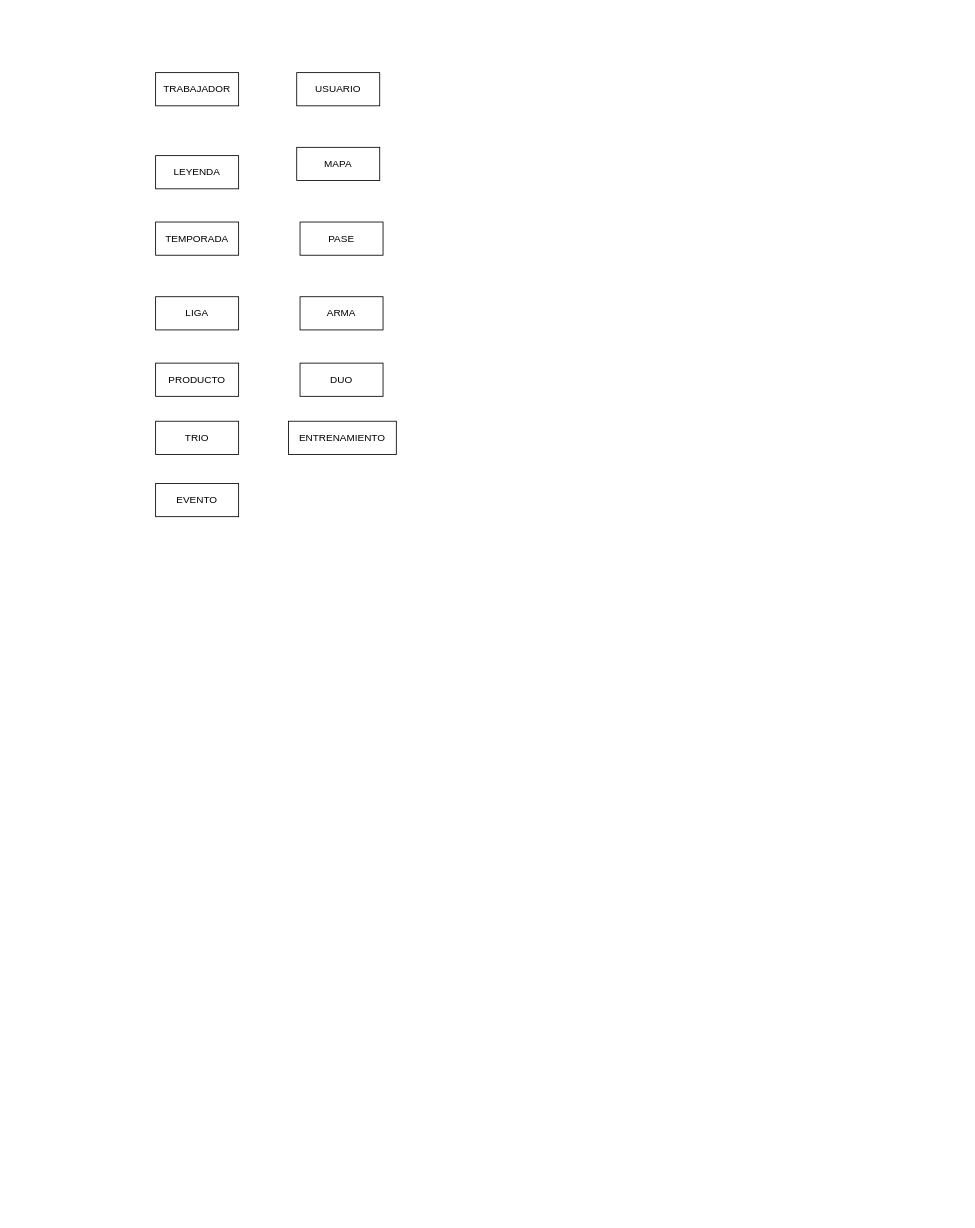
Before: modelo_entidad_relacion/modelo_entidad_relacion.drawio in raulgp97/base_de_datos_apex_leyends, a draw.io diagram. Source tidied: cells renumbered, new cells numbered last; positions are measured from the earlier drawing's top-left corner, leaving out a move shared by most shapes. Both pictures are drawn from the tidied source at 83%, with x=0, y=0 at pixel (155, 72).
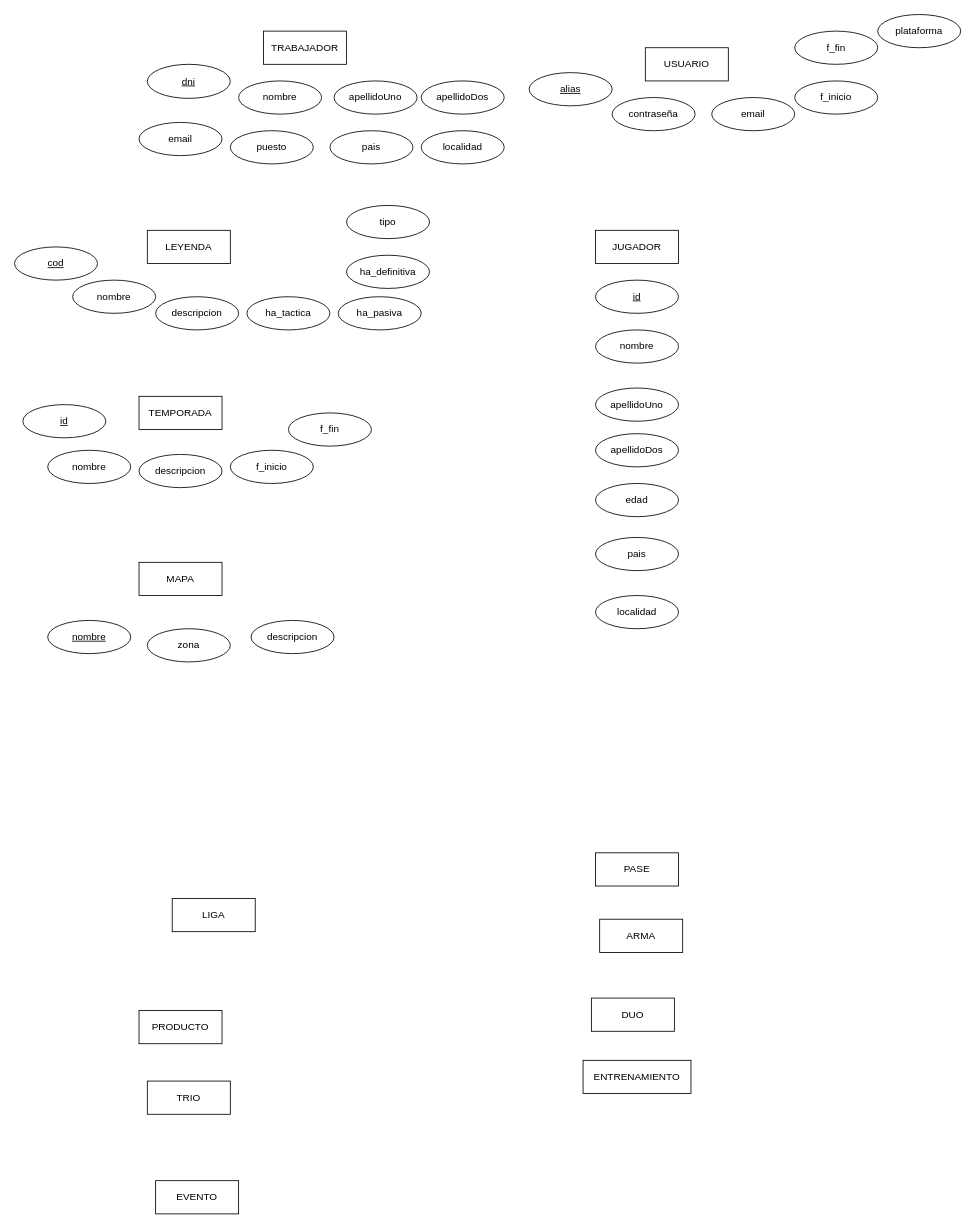
Above is the later version.

Commit message:
Atributos Entidades 1

He creado los atributos de las siguientes entidades: TRABAJADOR, USUARIO, LEYENDA, TEMPORADA y MAPA.

NOTA: He creado la entidad jugador junto a sus atributos.

The edit, as a diff of the source:
```diff
@@
     <mxCell id="2" value="USUARIO" style="whiteSpace=wrap;html=1;align=center;" parent="1" vertex="1">
-      <mxGeometry x="170" width="100" height="40" as="geometry" />
+      <mxGeometry x="590" y="-30" width="100" height="40" as="geometry" />
     </mxCell>
     <mxCell id="3" value="TRABAJADOR" style="whiteSpace=wrap;html=1;align=center;" parent="1" vertex="1">
-      <mxGeometry width="100" height="40" as="geometry" />
+      <mxGeometry x="130" y="-50" width="100" height="40" as="geometry" />
     </mxCell>
     <mxCell id="4" value="LEYENDA" style="whiteSpace=wrap;html=1;align=center;" parent="1" vertex="1">
-      <mxGeometry y="100" width="100" height="40" as="geometry" />
+      <mxGeometry x="-10" y="190" width="100" height="40" as="geometry" />
     </mxCell>
     <mxCell id="5" value="MAPA" style="whiteSpace=wrap;html=1;align=center;" parent="1" vertex="1">
-      <mxGeometry x="170" y="90" width="100" height="40" as="geometry" />
+      <mxGeometry x="-20" y="590" width="100" height="40" as="geometry" />
     </mxCell>
     <mxCell id="6" value="TEMPORADA" style="whiteSpace=wrap;html=1;align=center;" parent="1" vertex="1">
-      <mxGeometry y="180" width="100" height="40" as="geometry" />
+      <mxGeometry x="-20" y="390" width="100" height="40" as="geometry" />
     </mxCell>
     <mxCell id="7" value="PASE" style="whiteSpace=wrap;html=1;align=center;" parent="1" vertex="1">
-      <mxGeometry x="174" y="180" width="100" height="40" as="geometry" />
+      <mxGeometry x="530" y="940" width="100" height="40" as="geometry" />
     </mxCell>
     <mxCell id="8" value="LIGA" style="whiteSpace=wrap;html=1;align=center;" parent="1" vertex="1">
-      <mxGeometry y="270" width="100" height="40" as="geometry" />
+      <mxGeometry x="20" y="995" width="100" height="40" as="geometry" />
     </mxCell>
     <mxCell id="9" value="ARMA" style="whiteSpace=wrap;html=1;align=center;" parent="1" vertex="1">
-      <mxGeometry x="174" y="270" width="100" height="40" as="geometry" />
+      <mxGeometry x="535" y="1020" width="100" height="40" as="geometry" />
     </mxCell>
     <mxCell id="10" value="PRODUCTO" style="whiteSpace=wrap;html=1;align=center;" parent="1" vertex="1">
-      <mxGeometry y="350" width="100" height="40" as="geometry" />
+      <mxGeometry x="-20" y="1130" width="100" height="40" as="geometry" />
     </mxCell>
     <mxCell id="11" value="DUO" style="whiteSpace=wrap;html=1;align=center;" parent="1" vertex="1">
-      <mxGeometry x="174" y="350" width="100" height="40" as="geometry" />
+      <mxGeometry x="525" y="1115" width="100" height="40" as="geometry" />
     </mxCell>
     <mxCell id="12" value="TRIO" style="whiteSpace=wrap;html=1;align=center;" parent="1" vertex="1">
-      <mxGeometry y="420" width="100" height="40" as="geometry" />
+      <mxGeometry x="-10" y="1215" width="100" height="40" as="geometry" />
     </mxCell>
     <mxCell id="13" value="ENTRENAMIENTO" style="whiteSpace=wrap;html=1;align=center;" parent="1" vertex="1">
-      <mxGeometry x="160" y="420" width="130" height="40" as="geometry" />
+      <mxGeometry x="515" y="1190" width="130" height="40" as="geometry" />
     </mxCell>
     <mxCell id="14" value="EVENTO" style="whiteSpace=wrap;html=1;align=center;" parent="1" vertex="1">
-      <mxGeometry y="495" width="100" height="40" as="geometry" />
+      <mxGeometry y="1335" width="100" height="40" as="geometry" />
     </mxCell>
+    <mxCell id="15" value="apellidoUno" style="ellipse;whiteSpace=wrap;html=1;align=center;" parent="1" vertex="1">
+      <mxGeometry x="530" y="380" width="100" height="40" as="geometry" />
+    </mxCell>
+    <mxCell id="16" value="apellidoDos" style="ellipse;whiteSpace=wrap;html=1;align=center;" parent="1" vertex="1">
+      <mxGeometry x="530" y="435" width="100" height="40" as="geometry" />
+    </mxCell>
+    <mxCell id="17" value="nombre" style="ellipse;whiteSpace=wrap;html=1;align=center;" parent="1" vertex="1">
+      <mxGeometry x="530" y="310" width="100" height="40" as="geometry" />
+    </mxCell>
+    <mxCell id="18" value="email" style="ellipse;whiteSpace=wrap;html=1;align=center;" parent="1" vertex="1">
+      <mxGeometry x="670" y="30" width="100" height="40" as="geometry" />
+    </mxCell>
+    <mxCell id="19" value="f_inicio" style="ellipse;whiteSpace=wrap;html=1;align=center;" parent="1" vertex="1">
+      <mxGeometry x="770" y="10" width="100" height="40" as="geometry" />
+    </mxCell>
+    <mxCell id="20" value="f_fin" style="ellipse;whiteSpace=wrap;html=1;align=center;" parent="1" vertex="1">
+      <mxGeometry x="770" y="-50" width="100" height="40" as="geometry" />
+    </mxCell>
+    <mxCell id="21" value="contraseña" style="ellipse;whiteSpace=wrap;html=1;align=center;" parent="1" vertex="1">
+      <mxGeometry x="550" y="30" width="100" height="40" as="geometry" />
+    </mxCell>
+    <mxCell id="22" value="JUGADOR" style="whiteSpace=wrap;html=1;align=center;" parent="1" vertex="1">
+      <mxGeometry x="530" y="190" width="100" height="40" as="geometry" />
+    </mxCell>
+    <mxCell id="23" value="plataforma" style="ellipse;whiteSpace=wrap;html=1;align=center;" parent="1" vertex="1">
+      <mxGeometry x="870" y="-70" width="100" height="40" as="geometry" />
+    </mxCell>
+    <mxCell id="24" value="edad" style="ellipse;whiteSpace=wrap;html=1;align=center;" parent="1" vertex="1">
+      <mxGeometry x="530" y="495" width="100" height="40" as="geometry" />
+    </mxCell>
+    <mxCell id="25" value="id" style="ellipse;whiteSpace=wrap;html=1;align=center;fontStyle=4;" parent="1" vertex="1">
+      <mxGeometry x="530" y="250" width="100" height="40" as="geometry" />
+    </mxCell>
+    <mxCell id="26" value="alias" style="ellipse;whiteSpace=wrap;html=1;align=center;fontStyle=4;" parent="1" vertex="1">
+      <mxGeometry x="450" width="100" height="40" as="geometry" />
+    </mxCell>
+    <mxCell id="27" value="dni" style="ellipse;whiteSpace=wrap;html=1;align=center;fontStyle=4;" parent="1" vertex="1">
+      <mxGeometry x="-10" y="-10" width="100" height="41" as="geometry" />
+    </mxCell>
+    <mxCell id="28" value="apellidoUno" style="ellipse;whiteSpace=wrap;html=1;align=center;" parent="1" vertex="1">
+      <mxGeometry x="215" y="10" width="100" height="40" as="geometry" />
+    </mxCell>
+    <mxCell id="29" value="apellidoDos" style="ellipse;whiteSpace=wrap;html=1;align=center;" parent="1" vertex="1">
+      <mxGeometry x="320" y="10" width="100" height="40" as="geometry" />
+    </mxCell>
+    <mxCell id="30" value="nombre" style="ellipse;whiteSpace=wrap;html=1;align=center;" parent="1" vertex="1">
+      <mxGeometry x="100" y="10" width="100" height="40" as="geometry" />
+    </mxCell>
+    <mxCell id="31" value="email" style="ellipse;whiteSpace=wrap;html=1;align=center;" parent="1" vertex="1">
+      <mxGeometry x="-20" y="60" width="100" height="40" as="geometry" />
+    </mxCell>
+    <mxCell id="32" value="puesto" style="ellipse;whiteSpace=wrap;html=1;align=center;" parent="1" vertex="1">
+      <mxGeometry x="90" y="70" width="100" height="40" as="geometry" />
+    </mxCell>
+    <mxCell id="33" value="pais" style="ellipse;whiteSpace=wrap;html=1;align=center;" parent="1" vertex="1">
+      <mxGeometry x="210" y="70" width="100" height="40" as="geometry" />
+    </mxCell>
+    <mxCell id="34" value="localidad" style="ellipse;whiteSpace=wrap;html=1;align=center;" parent="1" vertex="1">
+      <mxGeometry x="320" y="70" width="100" height="40" as="geometry" />
+    </mxCell>
+    <mxCell id="35" value="pais" style="ellipse;whiteSpace=wrap;html=1;align=center;" parent="1" vertex="1">
+      <mxGeometry x="530" y="560" width="100" height="40" as="geometry" />
+    </mxCell>
+    <mxCell id="36" value="localidad" style="ellipse;whiteSpace=wrap;html=1;align=center;" parent="1" vertex="1">
+      <mxGeometry x="530" y="630" width="100" height="40" as="geometry" />
+    </mxCell>
+    <mxCell id="37" value="nombre" style="ellipse;whiteSpace=wrap;html=1;align=center;" parent="1" vertex="1">
+      <mxGeometry x="-100" y="250" width="100" height="40" as="geometry" />
+    </mxCell>
+    <mxCell id="38" value="descripcion" style="ellipse;whiteSpace=wrap;html=1;align=center;" parent="1" vertex="1">
+      <mxGeometry y="270" width="100" height="40" as="geometry" />
+    </mxCell>
+    <mxCell id="39" value="cod" style="ellipse;whiteSpace=wrap;html=1;align=center;fontStyle=4;" parent="1" vertex="1">
+      <mxGeometry x="-170" y="210" width="100" height="40" as="geometry" />
+    </mxCell>
+    <mxCell id="40" value="ha_tactica" style="ellipse;whiteSpace=wrap;html=1;align=center;" parent="1" vertex="1">
+      <mxGeometry x="110" y="270" width="100" height="40" as="geometry" />
+    </mxCell>
+    <mxCell id="41" value="ha_pasiva" style="ellipse;whiteSpace=wrap;html=1;align=center;" parent="1" vertex="1">
+      <mxGeometry x="220" y="270" width="100" height="40" as="geometry" />
+    </mxCell>
+    <mxCell id="42" value="ha_definitiva" style="ellipse;whiteSpace=wrap;html=1;align=center;" parent="1" vertex="1">
+      <mxGeometry x="230" y="220" width="100" height="40" as="geometry" />
+    </mxCell>
+    <mxCell id="43" value="tipo" style="ellipse;whiteSpace=wrap;html=1;align=center;" parent="1" vertex="1">
+      <mxGeometry x="230" y="160" width="100" height="40" as="geometry" />
+    </mxCell>
+    <mxCell id="44" value="id" style="ellipse;whiteSpace=wrap;html=1;align=center;fontStyle=4;" parent="1" vertex="1">
+      <mxGeometry x="-160" y="400" width="100" height="40" as="geometry" />
+    </mxCell>
+    <mxCell id="45" value="nombre" style="ellipse;whiteSpace=wrap;html=1;align=center;" parent="1" vertex="1">
+      <mxGeometry x="-130" y="455" width="100" height="40" as="geometry" />
+    </mxCell>
+    <mxCell id="46" value="f_inicio" style="ellipse;whiteSpace=wrap;html=1;align=center;" parent="1" vertex="1">
+      <mxGeometry x="90" y="455" width="100" height="40" as="geometry" />
+    </mxCell>
+    <mxCell id="47" value="f_fin" style="ellipse;whiteSpace=wrap;html=1;align=center;" parent="1" vertex="1">
+      <mxGeometry x="160" y="410" width="100" height="40" as="geometry" />
+    </mxCell>
+    <mxCell id="48" value="descripcion" style="ellipse;whiteSpace=wrap;html=1;align=center;" parent="1" vertex="1">
+      <mxGeometry x="-20" y="460" width="100" height="40" as="geometry" />
+    </mxCell>
+    <mxCell id="49" value="zona" style="ellipse;whiteSpace=wrap;html=1;align=center;" parent="1" vertex="1">
+      <mxGeometry x="-10" y="670" width="100" height="40" as="geometry" />
+    </mxCell>
+    <mxCell id="50" value="descripcion" style="ellipse;whiteSpace=wrap;html=1;align=center;" parent="1" vertex="1">
+      <mxGeometry x="115" y="660" width="100" height="40" as="geometry" />
+    </mxCell>
+    <mxCell id="51" value="nombre" style="ellipse;whiteSpace=wrap;html=1;align=center;fontStyle=4;" parent="1" vertex="1">
+      <mxGeometry x="-130" y="660" width="100" height="40" as="geometry" />
+    </mxCell>
```
